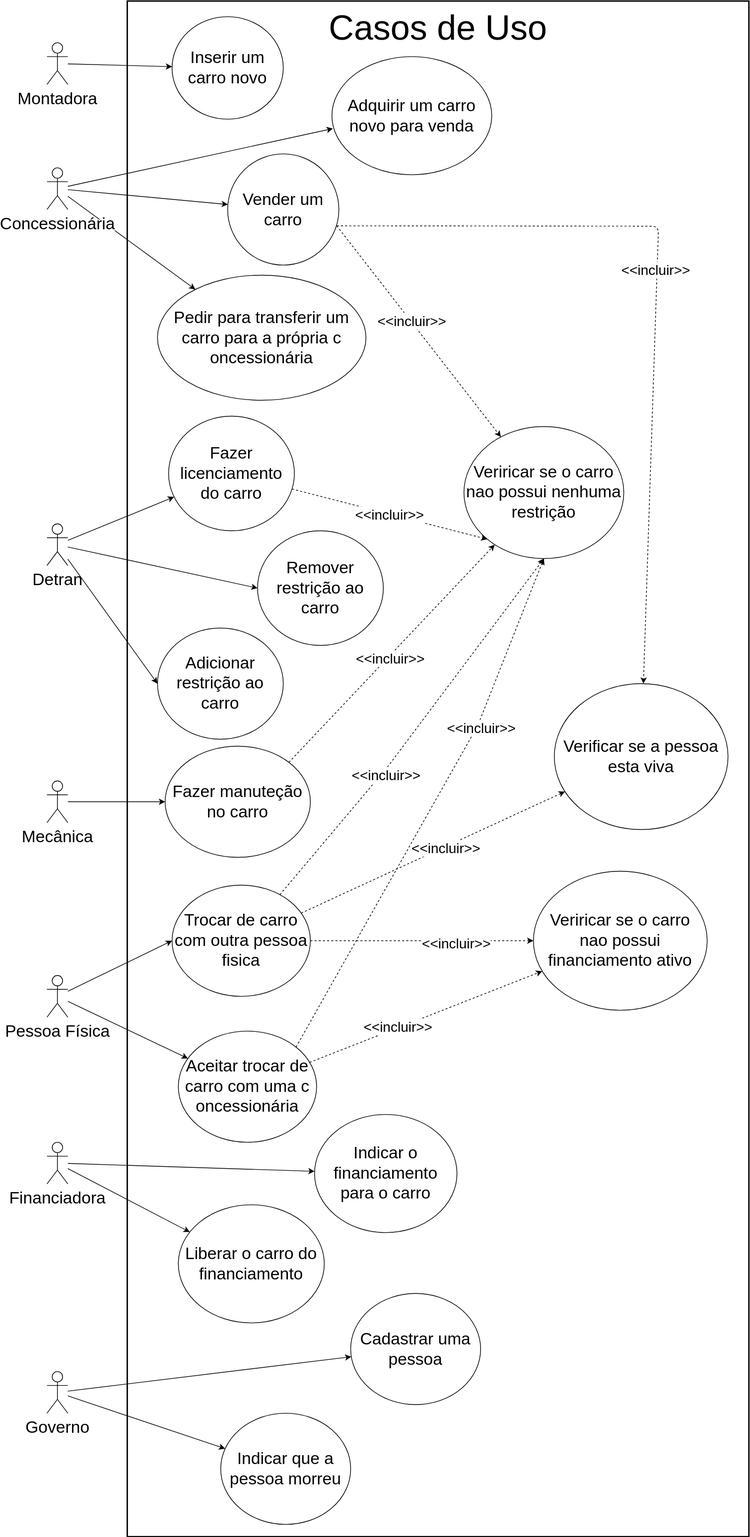
This is docs/diagrams/uml/use_cases.drawio.svg from yurihartmann/car_lifes_cycle_hyperledger_fabric, a draw.io export, as it was before one commit. Source tidied: cells renumbered, new cells last; positions are measured from the earlier drawing's top-left corner, leaving out a move shared by most shapes.
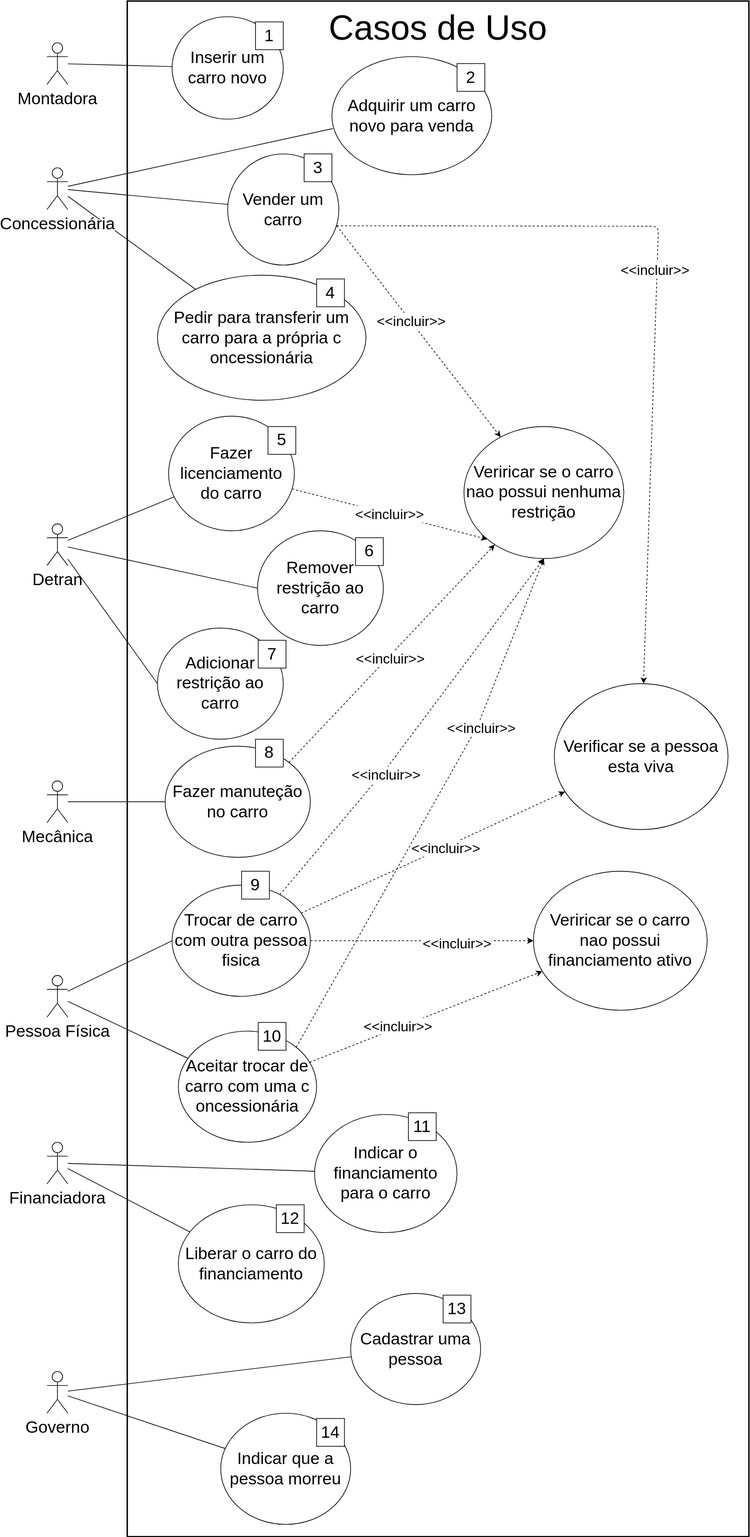
After the change.

What changed in the source:
```diff
@@ -8,19 +8,19 @@
     <mxCell id="3" value="&lt;font style=&quot;font-size: 50px;&quot;&gt;Casos de Uso&lt;/font&gt;" style="text;html=1;strokeColor=none;fillColor=none;align=center;verticalAlign=middle;whiteSpace=wrap;rounded=0;fontSize=16;" parent="1" vertex="1">
       <mxGeometry x="318" y="22.5" width="489.5" height="30" as="geometry" />
     </mxCell>
-    <mxCell id="4" style="edgeStyle=none;html=1;fontSize=16;" parent="1" edge="1" source="5" target="10">
+    <mxCell id="4" style="edgeStyle=none;html=1;fontSize=16;endArrow=none;endFill=0;" parent="1" edge="1" source="5" target="10">
       <mxGeometry relative="1" as="geometry" />
     </mxCell>
     <mxCell id="5" value="&lt;font style=&quot;font-size: 24px;&quot;&gt;Montadora&lt;/font&gt;" style="shape=umlActor;verticalLabelPosition=bottom;verticalAlign=top;html=1;outlineConnect=0;fontSize=16;" parent="1" vertex="1">
       <mxGeometry y="60" width="30" height="60" as="geometry" />
     </mxCell>
-    <mxCell id="6" style="edgeStyle=none;html=1;fontSize=16;" parent="1" edge="1" source="9" target="12">
+    <mxCell id="6" style="edgeStyle=none;html=1;fontSize=16;endArrow=none;endFill=0;" parent="1" edge="1" source="9" target="12">
       <mxGeometry relative="1" as="geometry" />
     </mxCell>
-    <mxCell id="7" style="edgeStyle=none;html=1;entryX=0;entryY=0.5;entryDx=0;entryDy=0;fontSize=16;" parent="1" edge="1" source="9" target="44">
+    <mxCell id="7" style="edgeStyle=none;html=1;entryX=0;entryY=0.5;entryDx=0;entryDy=0;fontSize=16;endArrow=none;endFill=0;" parent="1" edge="1" source="9" target="44">
       <mxGeometry relative="1" as="geometry" />
     </mxCell>
-    <mxCell id="8" style="edgeStyle=none;html=1;entryX=0;entryY=0.5;entryDx=0;entryDy=0;fontSize=16;" parent="1" edge="1" source="9" target="45">
+    <mxCell id="8" style="edgeStyle=none;html=1;entryX=0;entryY=0.5;entryDx=0;entryDy=0;fontSize=16;endArrow=none;endFill=0;" parent="1" edge="1" source="9" target="45">
       <mxGeometry relative="1" as="geometry" />
     </mxCell>
     <mxCell id="9" value="&lt;font style=&quot;font-size: 24px;&quot;&gt;Detran&lt;/font&gt;" style="shape=umlActor;verticalLabelPosition=bottom;verticalAlign=top;html=1;outlineConnect=0;fontSize=16;" parent="1" vertex="1">
@@ -35,7 +35,7 @@
     <mxCell id="12" value="&lt;font style=&quot;font-size: 24px;&quot;&gt;Fazer licenciamento do carro&lt;/font&gt;" style="ellipse;whiteSpace=wrap;html=1;fontSize=16;" parent="1" vertex="1">
       <mxGeometry x="175" y="597.4" width="181" height="165" as="geometry" />
     </mxCell>
-    <mxCell id="13" style="edgeStyle=none;html=1;fontSize=16;" parent="1" edge="1" source="14" target="17">
+    <mxCell id="13" style="edgeStyle=none;html=1;fontSize=16;endArrow=none;endFill=0;" parent="1" edge="1" source="14" target="17">
       <mxGeometry relative="1" as="geometry" />
     </mxCell>
     <mxCell id="14" value="&lt;font style=&quot;font-size: 24px;&quot;&gt;Mecânica&lt;/font&gt;" style="shape=umlActor;verticalLabelPosition=bottom;verticalAlign=top;html=1;outlineConnect=0;fontSize=16;" parent="1" vertex="1">
@@ -50,14 +50,16 @@
     <mxCell id="17" value="&lt;font style=&quot;font-size: 24px;&quot;&gt;Fazer manuteção no carro&lt;/font&gt;" style="ellipse;whiteSpace=wrap;html=1;fontSize=16;" parent="1" vertex="1">
       <mxGeometry x="170" y="1072.4" width="209" height="160" as="geometry" />
     </mxCell>
-    <mxCell id="18" style="edgeStyle=none;html=1;fontSize=16;" parent="1" edge="1" source="21" target="24">
+    <mxCell id="18" style="edgeStyle=none;html=1;fontSize=16;endArrow=none;endFill=0;" parent="1" edge="1" source="21" target="24">
       <mxGeometry relative="1" as="geometry" />
     </mxCell>
-    <mxCell id="19" style="edgeStyle=none;html=1;entryX=0.006;entryY=0.609;entryDx=0;entryDy=0;entryPerimeter=0;fontSize=24;" parent="1" edge="1" source="21" target="25">
+    <mxCell id="19" style="edgeStyle=none;html=1;entryX=0.006;entryY=0.609;entryDx=0;entryDy=0;entryPerimeter=0;fontSize=24;endArrow=none;endFill=0;" parent="1" edge="1" source="21" target="25">
       <mxGeometry relative="1" as="geometry" />
     </mxCell>
-    <mxCell id="20" style="edgeStyle=none;html=1;fontSize=24;" parent="1" edge="1" source="21" target="57">
-      <mxGeometry relative="1" as="geometry" />
+    <mxCell id="20" style="edgeStyle=none;html=1;fontSize=24;endArrow=none;endFill=0;" parent="1" edge="1" source="21">
+      <mxGeometry relative="1" as="geometry">
+        <mxPoint x="214" y="415" as="targetPoint" />
+      </mxGeometry>
     </mxCell>
     <mxCell id="21" value="&lt;span style=&quot;background-color: rgb(255, 255, 255);&quot;&gt;&lt;font style=&quot;font-size: 24px;&quot;&gt;Concessionária&lt;/font&gt;&lt;/span&gt;" style="shape=umlActor;verticalLabelPosition=bottom;verticalAlign=top;html=1;outlineConnect=0;fontSize=16;" parent="1" vertex="1">
       <mxGeometry y="240" width="30" height="60" as="geometry" />
@@ -86,10 +88,10 @@
         <mxPoint x="16" y="20" as="offset" />
       </mxGeometry>
     </mxCell>
-    <mxCell id="28" style="edgeStyle=none;html=1;entryX=0;entryY=0.5;entryDx=0;entryDy=0;fontSize=16;" parent="1" edge="1" source="30" target="37">
+    <mxCell id="28" style="edgeStyle=none;html=1;entryX=0;entryY=0.5;entryDx=0;entryDy=0;fontSize=16;endArrow=none;endFill=0;" parent="1" edge="1" source="30" target="37">
       <mxGeometry relative="1" as="geometry" />
     </mxCell>
-    <mxCell id="29" style="edgeStyle=none;html=1;fontSize=16;" parent="1" edge="1" source="30" target="42">
+    <mxCell id="29" style="edgeStyle=none;html=1;fontSize=16;endArrow=none;endFill=0;" parent="1" edge="1" source="30" target="42">
       <mxGeometry relative="1" as="geometry" />
     </mxCell>
     <mxCell id="30" value="&lt;font style=&quot;font-size: 24px;&quot;&gt;Pessoa Física&lt;/font&gt;" style="shape=umlActor;verticalLabelPosition=bottom;verticalAlign=top;html=1;outlineConnect=0;fontSize=16;" parent="1" vertex="1">
@@ -155,10 +157,10 @@
     <mxCell id="46" value="&lt;font style=&quot;font-size: 24px;&quot;&gt;Veriricar se o carro nao possui financiamento ativo&lt;/font&gt;" style="ellipse;whiteSpace=wrap;html=1;fontSize=16;" parent="1" vertex="1">
       <mxGeometry x="700" y="1252.4" width="250" height="200" as="geometry" />
     </mxCell>
-    <mxCell id="47" style="edgeStyle=none;html=1;fontSize=16;" parent="1" edge="1" source="49" target="50">
+    <mxCell id="47" style="edgeStyle=none;html=1;fontSize=16;endArrow=none;endFill=0;" parent="1" edge="1" source="49" target="50">
       <mxGeometry relative="1" as="geometry" />
     </mxCell>
-    <mxCell id="48" style="edgeStyle=none;html=1;fontSize=16;" parent="1" edge="1" source="49" target="51">
+    <mxCell id="48" style="edgeStyle=none;html=1;fontSize=16;endArrow=none;endFill=0;" parent="1" edge="1" source="49" target="51">
       <mxGeometry relative="1" as="geometry" />
     </mxCell>
     <mxCell id="49" value="&lt;font style=&quot;font-size: 24px;&quot;&gt;Financiadora&lt;/font&gt;" style="shape=umlActor;verticalLabelPosition=bottom;verticalAlign=top;html=1;outlineConnect=0;fontSize=16;" parent="1" vertex="1">
@@ -170,10 +172,10 @@
     <mxCell id="51" value="&lt;font style=&quot;font-size: 24px;&quot;&gt;Liberar o carro do financiamento&lt;/font&gt;" style="ellipse;whiteSpace=wrap;html=1;fontSize=16;" parent="1" vertex="1">
       <mxGeometry x="189" y="1732.4" width="210" height="170" as="geometry" />
     </mxCell>
-    <mxCell id="52" style="edgeStyle=none;html=1;" parent="1" edge="1" source="54" target="55">
+    <mxCell id="52" style="edgeStyle=none;html=1;endArrow=none;endFill=0;" parent="1" edge="1" source="54" target="55">
       <mxGeometry relative="1" as="geometry" />
     </mxCell>
-    <mxCell id="53" style="edgeStyle=none;html=1;fontSize=24;" parent="1" edge="1" source="54" target="58">
+    <mxCell id="53" style="edgeStyle=none;html=1;fontSize=24;endArrow=none;endFill=0;" parent="1" edge="1" source="54" target="58">
       <mxGeometry relative="1" as="geometry" />
     </mxCell>
     <mxCell id="54" value="&lt;font style=&quot;font-size: 24px;&quot;&gt;Governo&lt;/font&gt;" style="shape=umlActor;verticalLabelPosition=bottom;verticalAlign=top;html=1;outlineConnect=0;fontSize=16;" parent="1" vertex="1">
@@ -191,5 +193,47 @@
     <mxCell id="58" value="&lt;font style=&quot;font-size: 24px;&quot;&gt;Indicar que a pessoa morreu&lt;/font&gt;" style="ellipse;whiteSpace=wrap;html=1;fontSize=16;" parent="1" vertex="1">
       <mxGeometry x="250" y="2032.4" width="187" height="160" as="geometry" />
     </mxCell>
+    <mxCell id="59" value="&lt;font style=&quot;font-size: 24px;&quot;&gt;1&lt;/font&gt;" style="rounded=0;whiteSpace=wrap;html=1;" parent="1" vertex="1">
+      <mxGeometry x="300" y="30" width="40" height="40" as="geometry" />
+    </mxCell>
+    <mxCell id="60" value="&lt;font style=&quot;font-size: 24px;&quot;&gt;2&lt;/font&gt;" style="rounded=0;whiteSpace=wrap;html=1;" parent="1" vertex="1">
+      <mxGeometry x="590" y="90" width="40" height="40" as="geometry" />
+    </mxCell>
+    <mxCell id="61" value="&lt;font style=&quot;font-size: 24px;&quot;&gt;3&lt;/font&gt;" style="rounded=0;whiteSpace=wrap;html=1;" parent="1" vertex="1">
+      <mxGeometry x="370" y="220" width="40" height="40" as="geometry" />
+    </mxCell>
+    <mxCell id="62" value="&lt;font style=&quot;font-size: 24px;&quot;&gt;4&lt;/font&gt;" style="rounded=0;whiteSpace=wrap;html=1;" parent="1" vertex="1">
+      <mxGeometry x="388" y="400" width="40" height="40" as="geometry" />
+    </mxCell>
+    <mxCell id="63" value="&lt;font style=&quot;font-size: 24px;&quot;&gt;5&lt;/font&gt;" style="rounded=0;whiteSpace=wrap;html=1;" parent="1" vertex="1">
+      <mxGeometry x="318" y="612.4" width="40" height="40" as="geometry" />
+    </mxCell>
+    <mxCell id="64" value="&lt;font style=&quot;font-size: 24px;&quot;&gt;6&lt;/font&gt;" style="rounded=0;whiteSpace=wrap;html=1;" parent="1" vertex="1">
+      <mxGeometry x="444" y="772.4" width="40" height="40" as="geometry" />
+    </mxCell>
+    <mxCell id="65" value="&lt;font style=&quot;font-size: 24px;&quot;&gt;7&lt;/font&gt;" style="rounded=0;whiteSpace=wrap;html=1;" parent="1" vertex="1">
+      <mxGeometry x="304" y="920" width="40" height="40" as="geometry" />
+    </mxCell>
+    <mxCell id="66" value="&lt;font style=&quot;font-size: 24px;&quot;&gt;8&lt;/font&gt;" style="rounded=0;whiteSpace=wrap;html=1;" parent="1" vertex="1">
+      <mxGeometry x="300" y="1062.4" width="40" height="40" as="geometry" />
+    </mxCell>
+    <mxCell id="67" value="&lt;font style=&quot;font-size: 24px;&quot;&gt;9&lt;/font&gt;" style="rounded=0;whiteSpace=wrap;html=1;" parent="1" vertex="1">
+      <mxGeometry x="280" y="1252.4" width="40" height="40" as="geometry" />
+    </mxCell>
+    <mxCell id="68" value="&lt;font style=&quot;font-size: 24px;&quot;&gt;10&lt;/font&gt;" style="rounded=0;whiteSpace=wrap;html=1;" parent="1" vertex="1">
+      <mxGeometry x="304" y="1470" width="40" height="40" as="geometry" />
+    </mxCell>
+    <mxCell id="69" value="&lt;font style=&quot;font-size: 24px;&quot;&gt;11&lt;/font&gt;" style="rounded=0;whiteSpace=wrap;html=1;" parent="1" vertex="1">
+      <mxGeometry x="520" y="1600" width="40" height="40" as="geometry" />
+    </mxCell>
+    <mxCell id="70" value="&lt;font style=&quot;font-size: 24px;&quot;&gt;12&lt;/font&gt;" style="rounded=0;whiteSpace=wrap;html=1;" parent="1" vertex="1">
+      <mxGeometry x="330" y="1732.4" width="40" height="40" as="geometry" />
+    </mxCell>
+    <mxCell id="71" value="&lt;font style=&quot;font-size: 24px;&quot;&gt;13&lt;/font&gt;" style="rounded=0;whiteSpace=wrap;html=1;" parent="1" vertex="1">
+      <mxGeometry x="570" y="1862.4" width="40" height="40" as="geometry" />
+    </mxCell>
+    <mxCell id="72" value="&lt;font style=&quot;font-size: 24px;&quot;&gt;14&lt;/font&gt;" style="rounded=0;whiteSpace=wrap;html=1;" parent="1" vertex="1">
+      <mxGeometry x="388" y="2040" width="40" height="40" as="geometry" />
+    </mxCell>
   </root>
 </mxGraphModel>
```
